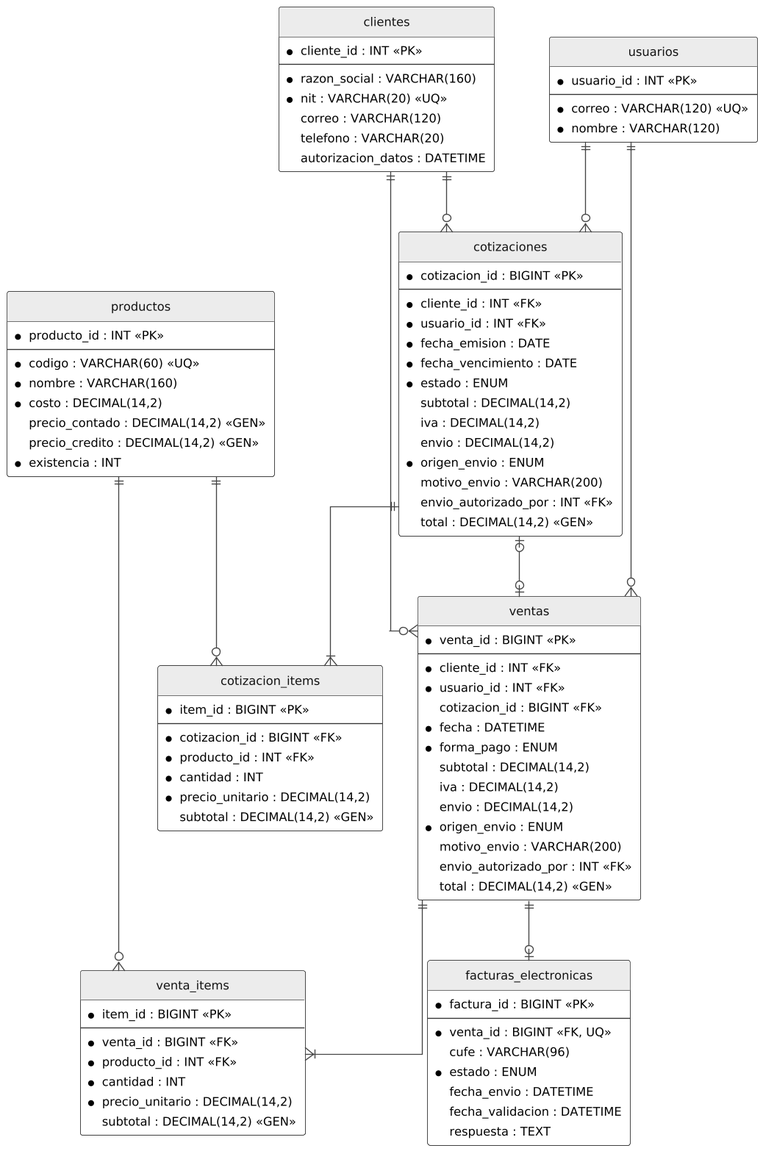
Earlier version of the PlantUML export docs/diagramas/png/08c_er_comercial.png (JesusmanR/SGIP). The source it was exported from:
```plantuml
@startuml
!include comun.iuml
hide circle
skinparam linetype ortho

entity "clientes" as clientes {
  * cliente_id : INT <<PK>>
  --
  * razon_social : VARCHAR(160)
  * nit : VARCHAR(20) <<UQ>>
  correo : VARCHAR(120)
  telefono : VARCHAR(20)
  autorizacion_datos : DATETIME
}

entity "usuarios" as usuarios {
  * usuario_id : INT <<PK>>
  --
  * correo : VARCHAR(120) <<UQ>>
  * nombre : VARCHAR(120)
}

entity "productos" as productos {
  * producto_id : INT <<PK>>
  --
  * codigo : VARCHAR(60) <<UQ>>
  * nombre : VARCHAR(160)
  * costo : DECIMAL(14,2)
  precio_contado : DECIMAL(14,2) <<GEN>>
  precio_credito : DECIMAL(14,2) <<GEN>>
  * existencia : INT
}

entity "cotizaciones" as cotiz {
  * cotizacion_id : BIGINT <<PK>>
  --
  * cliente_id : INT <<FK>>
  * usuario_id : INT <<FK>>
  * fecha_emision : DATE
  * fecha_vencimiento : DATE
  * estado : ENUM
  subtotal : DECIMAL(14,2)
  iva : DECIMAL(14,2)
  envio : DECIMAL(14,2)
  * origen_envio : ENUM
  motivo_envio : VARCHAR(200)
  envio_autorizado_por : INT <<FK>>
  total : DECIMAL(14,2) <<GEN>>
}

entity "cotizacion_items" as cotitems {
  * item_id : BIGINT <<PK>>
  --
  * cotizacion_id : BIGINT <<FK>>
  * producto_id : INT <<FK>>
  * cantidad : INT
  * precio_unitario : DECIMAL(14,2)
  subtotal : DECIMAL(14,2) <<GEN>>
}

entity "ventas" as ventas {
  * venta_id : BIGINT <<PK>>
  --
  * cliente_id : INT <<FK>>
  * usuario_id : INT <<FK>>
  cotizacion_id : BIGINT <<FK>>
  * fecha : DATETIME
  * forma_pago : ENUM
  subtotal : DECIMAL(14,2)
  iva : DECIMAL(14,2)
  envio : DECIMAL(14,2)
  * origen_envio : ENUM
  motivo_envio : VARCHAR(200)
  envio_autorizado_por : INT <<FK>>
  total : DECIMAL(14,2) <<GEN>>
}

entity "venta_items" as venitems {
  * item_id : BIGINT <<PK>>
  --
  * venta_id : BIGINT <<FK>>
  * producto_id : INT <<FK>>
  * cantidad : INT
  * precio_unitario : DECIMAL(14,2)
  subtotal : DECIMAL(14,2) <<GEN>>
}

entity "facturas_electronicas" as facturas {
  * factura_id : BIGINT <<PK>>
  --
  * venta_id : BIGINT <<FK, UQ>>
  cufe : VARCHAR(96)
  * estado : ENUM
  fecha_envio : DATETIME
  fecha_validacion : DATETIME
  respuesta : TEXT
}
usuarios ||--o{ cotiz
usuarios ||--o{ ventas
clientes ||--o{ cotiz
clientes ||--o{ ventas
cotiz ||--|{ cotitems
cotiz |o--o| ventas
ventas ||--|{ venitems
ventas ||--o| facturas
productos ||--o{ cotitems
productos ||--o{ venitems
@enduml
```
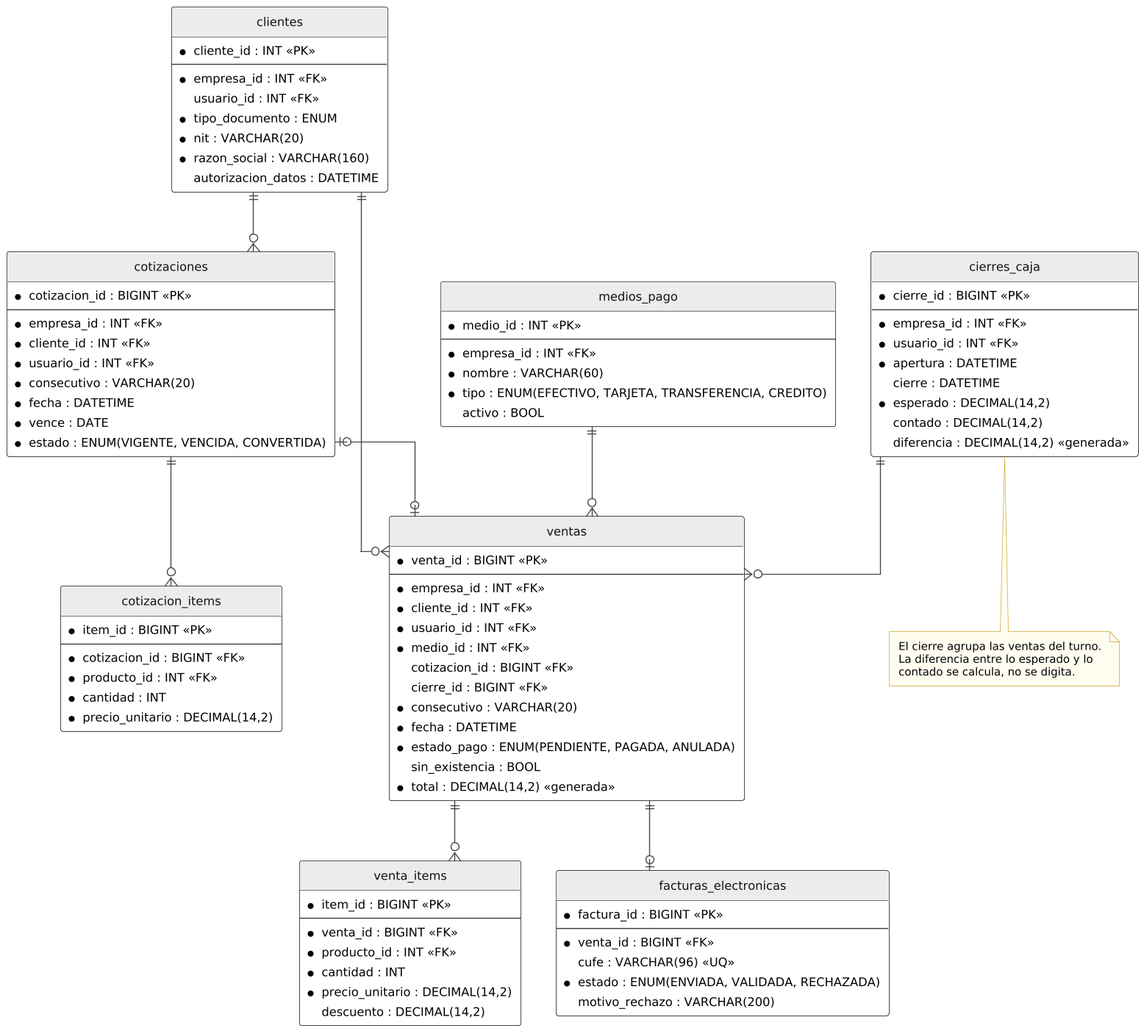
After the change.

What changed in the source:
```diff
@@ -3,106 +3,106 @@
 hide circle
 skinparam linetype ortho
 
-entity "clientes" as clientes {
+entity "clientes" as cli {
   * cliente_id : INT <<PK>>
   --
+  * empresa_id : INT <<FK>>
+  usuario_id : INT <<FK>>
+  * tipo_documento : ENUM
+  * nit : VARCHAR(20)
   * razon_social : VARCHAR(160)
-  * nit : VARCHAR(20) <<UQ>>
-  correo : VARCHAR(120)
-  telefono : VARCHAR(20)
   autorizacion_datos : DATETIME
 }
 
-entity "usuarios" as usuarios {
-  * usuario_id : INT <<PK>>
+entity "medios_pago" as mp {
+  * medio_id : INT <<PK>>
   --
-  * correo : VARCHAR(120) <<UQ>>
-  * nombre : VARCHAR(120)
+  * empresa_id : INT <<FK>>
+  * nombre : VARCHAR(60)
+  * tipo : ENUM(EFECTIVO, TARJETA, TRANSFERENCIA, CREDITO)
+  activo : BOOL
 }
 
-entity "productos" as productos {
-  * producto_id : INT <<PK>>
+entity "cotizaciones" as cot {
+  * cotizacion_id : BIGINT <<PK>>
   --
-  * codigo : VARCHAR(60) <<UQ>>
-  * nombre : VARCHAR(160)
-  * costo : DECIMAL(14,2)
-  precio_contado : DECIMAL(14,2) <<GEN>>
-  precio_credito : DECIMAL(14,2) <<GEN>>
-  * existencia : INT
+  * empresa_id : INT <<FK>>
+  * cliente_id : INT <<FK>>
+  * usuario_id : INT <<FK>>
+  * consecutivo : VARCHAR(20)
+  * fecha : DATETIME
+  * vence : DATE
+  * estado : ENUM(VIGENTE, VENCIDA, CONVERTIDA)
 }
 
-entity "cotizaciones" as cotiz {
-  * cotizacion_id : BIGINT <<PK>>
-  --
-  * cliente_id : INT <<FK>>
-  * usuario_id : INT <<FK>>
-  * fecha_emision : DATE
-  * fecha_vencimiento : DATE
-  * estado : ENUM
-  subtotal : DECIMAL(14,2)
-  iva : DECIMAL(14,2)
-  envio : DECIMAL(14,2)
-  * origen_envio : ENUM
-  motivo_envio : VARCHAR(200)
-  envio_autorizado_por : INT <<FK>>
-  total : DECIMAL(14,2) <<GEN>>
-}
-
-entity "cotizacion_items" as cotitems {
+entity "cotizacion_items" as coti {
   * item_id : BIGINT <<PK>>
   --
   * cotizacion_id : BIGINT <<FK>>
   * producto_id : INT <<FK>>
   * cantidad : INT
   * precio_unitario : DECIMAL(14,2)
-  subtotal : DECIMAL(14,2) <<GEN>>
 }
 
-entity "ventas" as ventas {
+entity "ventas" as ven {
   * venta_id : BIGINT <<PK>>
   --
+  * empresa_id : INT <<FK>>
   * cliente_id : INT <<FK>>
   * usuario_id : INT <<FK>>
+  * medio_id : INT <<FK>>
   cotizacion_id : BIGINT <<FK>>
+  cierre_id : BIGINT <<FK>>
+  * consecutivo : VARCHAR(20)
   * fecha : DATETIME
-  * forma_pago : ENUM
-  subtotal : DECIMAL(14,2)
-  iva : DECIMAL(14,2)
-  envio : DECIMAL(14,2)
-  * origen_envio : ENUM
-  motivo_envio : VARCHAR(200)
-  envio_autorizado_por : INT <<FK>>
-  total : DECIMAL(14,2) <<GEN>>
+  * estado_pago : ENUM(PENDIENTE, PAGADA, ANULADA)
+  sin_existencia : BOOL
+  * total : DECIMAL(14,2) <<generada>>
 }
 
-entity "venta_items" as venitems {
+entity "venta_items" as veni {
   * item_id : BIGINT <<PK>>
   --
   * venta_id : BIGINT <<FK>>
   * producto_id : INT <<FK>>
   * cantidad : INT
   * precio_unitario : DECIMAL(14,2)
-  subtotal : DECIMAL(14,2) <<GEN>>
+  descuento : DECIMAL(14,2)
 }
 
-entity "facturas_electronicas" as facturas {
+entity "cierres_caja" as cc {
+  * cierre_id : BIGINT <<PK>>
+  --
+  * empresa_id : INT <<FK>>
+  * usuario_id : INT <<FK>>
+  * apertura : DATETIME
+  cierre : DATETIME
+  * esperado : DECIMAL(14,2)
+  contado : DECIMAL(14,2)
+  diferencia : DECIMAL(14,2) <<generada>>
+}
+
+entity "facturas_electronicas" as fe {
   * factura_id : BIGINT <<PK>>
   --
-  * venta_id : BIGINT <<FK, UQ>>
-  cufe : VARCHAR(96)
-  * estado : ENUM
-  fecha_envio : DATETIME
-  fecha_validacion : DATETIME
-  respuesta : TEXT
+  * venta_id : BIGINT <<FK>>
+  cufe : VARCHAR(96) <<UQ>>
+  * estado : ENUM(ENVIADA, VALIDADA, RECHAZADA)
+  motivo_rechazo : VARCHAR(200)
 }
-usuarios ||--o{ cotiz
-usuarios ||--o{ ventas
-clientes ||--o{ cotiz
-clientes ||--o{ ventas
-cotiz ||--|{ cotitems
-cotiz |o--o| ventas
-ventas ||--|{ venitems
-ventas ||--o| facturas
-productos ||--o{ cotitems
-productos ||--o{ venitems
+
+cli ||--o{ cot
+cli ||--o{ ven
+cot ||--o{ coti
+cot |o--o| ven
+ven ||--o{ veni
+mp ||--o{ ven
+cc ||--o{ ven
+ven ||--o| fe
+
+note bottom of cc
+  El cierre agrupa las ventas del turno.
+  La diferencia entre lo esperado y lo
+  contado se calcula, no se digita.
+end note
 @enduml
```
